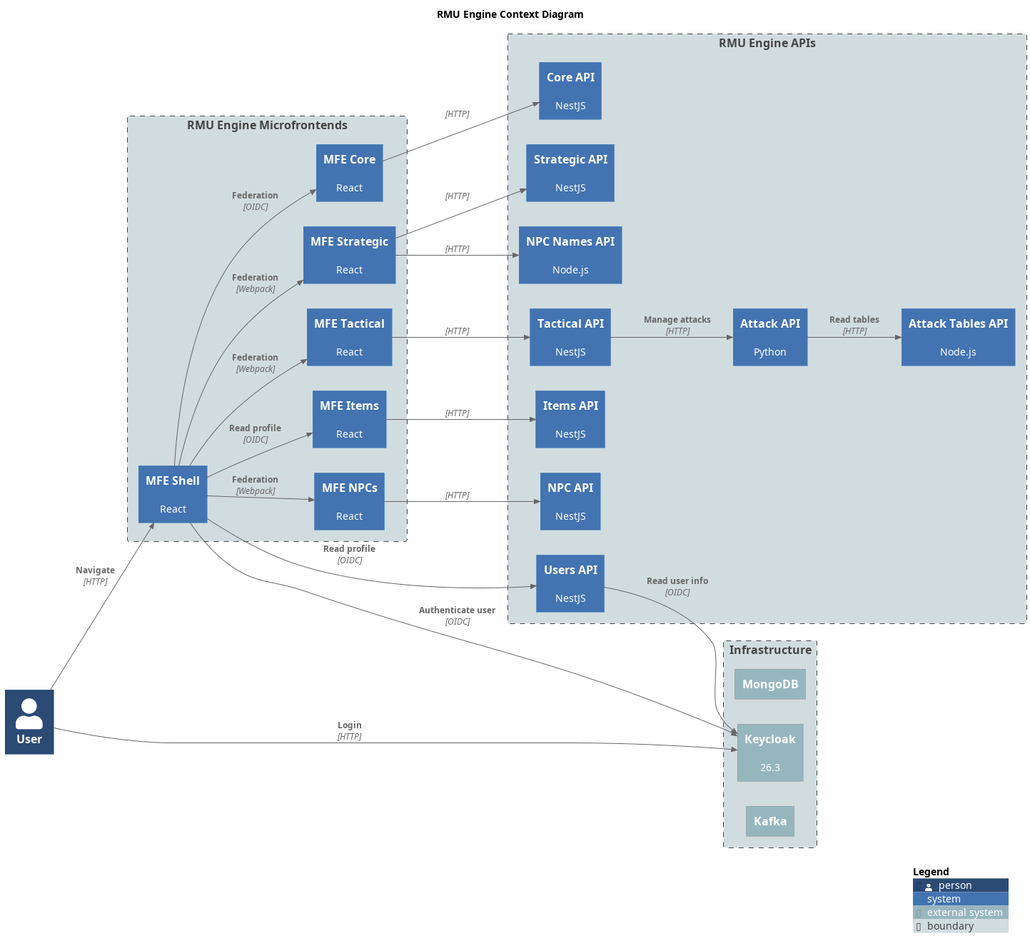
labcabrera/rmu-platform keeps this PlantUML diagram as diagrams/c4-context.png. Above is the earlier version.
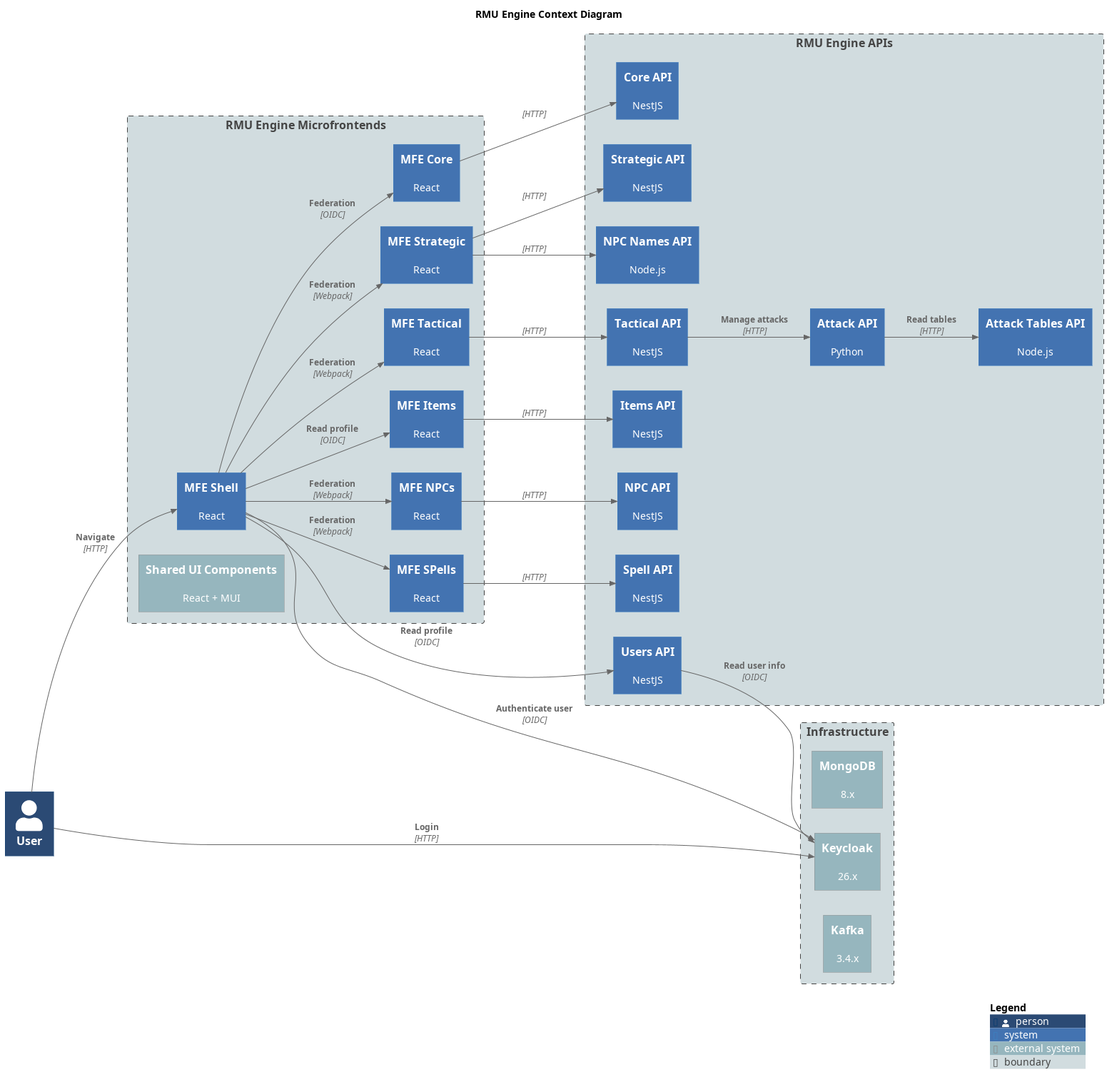
After the commit.

The edit, as a diff of the source:
```diff
@@ -1,4 +1,4 @@
-@startuml RMU Engine Context Diagram
+@startuml c4-context
 title RMU Engine Context Diagram
 
 !include https://raw.githubusercontent.com/plantuml-stdlib/C4-PlantUML/master/C4_Context.puml
@@ -19,6 +19,8 @@
     System(rmu_mfe_tactical, "MFE Tactical", "React")
     System(rmu_mfe_items, "MFE Items", "React")
     System(rmu_mfe_npc, "MFE NPCs", "React")
+    System(rmu_mfe_spells, "MFE SPells", "React")
+    System_Ext(rmu_shared_library, "Shared UI Components", "React + MUI")
 }
 
 Boundary(apis, "RMU Engine APIs") {
@@ -29,14 +31,15 @@
     System(rmu_api_npc, "NPC API", "NestJS")
     System(rmu_api_npc_names, "NPC Names API", "Node.js")
     System(rmu_api_attack, "Attack API", "Python")
+    System(rmu_api_spells, "Spell API", "NestJS")
     System(rmu_api_items, "Items API", "NestJS")
     System(rmu_api_attack_tables, "Attack Tables API", "Node.js")
 }
 
 Boundary(infrastructure, "Infrastructure") {
-    System_Ext(mongodb, "MongoDB", "")
-    System_Ext(keycloak, "Keycloak", "26.3")
-    System_Ext(kafka, "Kafka", "")
+    System_Ext(mongodb, "MongoDB", "8.x")
+    System_Ext(keycloak, "Keycloak", "26.x")
+    System_Ext(kafka, "Kafka", "3.4.x")
 }
 
 Rel(user, rmu_mfe_shell, "Navigate", "HTTP")
@@ -47,6 +50,7 @@
 Rel(rmu_mfe_shell, rmu_mfe_tactical, "Federation", "Webpack")
 Rel(rmu_mfe_shell, rmu_mfe_items, "Read profile", "OIDC")
 Rel(rmu_mfe_shell, rmu_mfe_npc, "Federation", "Webpack")
+Rel(rmu_mfe_shell, rmu_mfe_spells, "Federation", "Webpack")
 
 Rel(rmu_mfe_shell, rmu_api_users, "Read profile", "OIDC")
 Rel(rmu_mfe_shell, keycloak, "Authenticate user", "OIDC")
@@ -64,6 +68,8 @@
 
 Rel(rmu_mfe_items, rmu_api_items, "", "HTTP")
 
+Rel(rmu_mfe_spells, rmu_api_spells, "", "HTTP")
+
 Rel(rmu_api_tactical, rmu_api_attack, "Manage attacks", "HTTP")
 
 Rel(rmu_api_attack, rmu_api_attack_tables, "Read tables", "HTTP")
```
